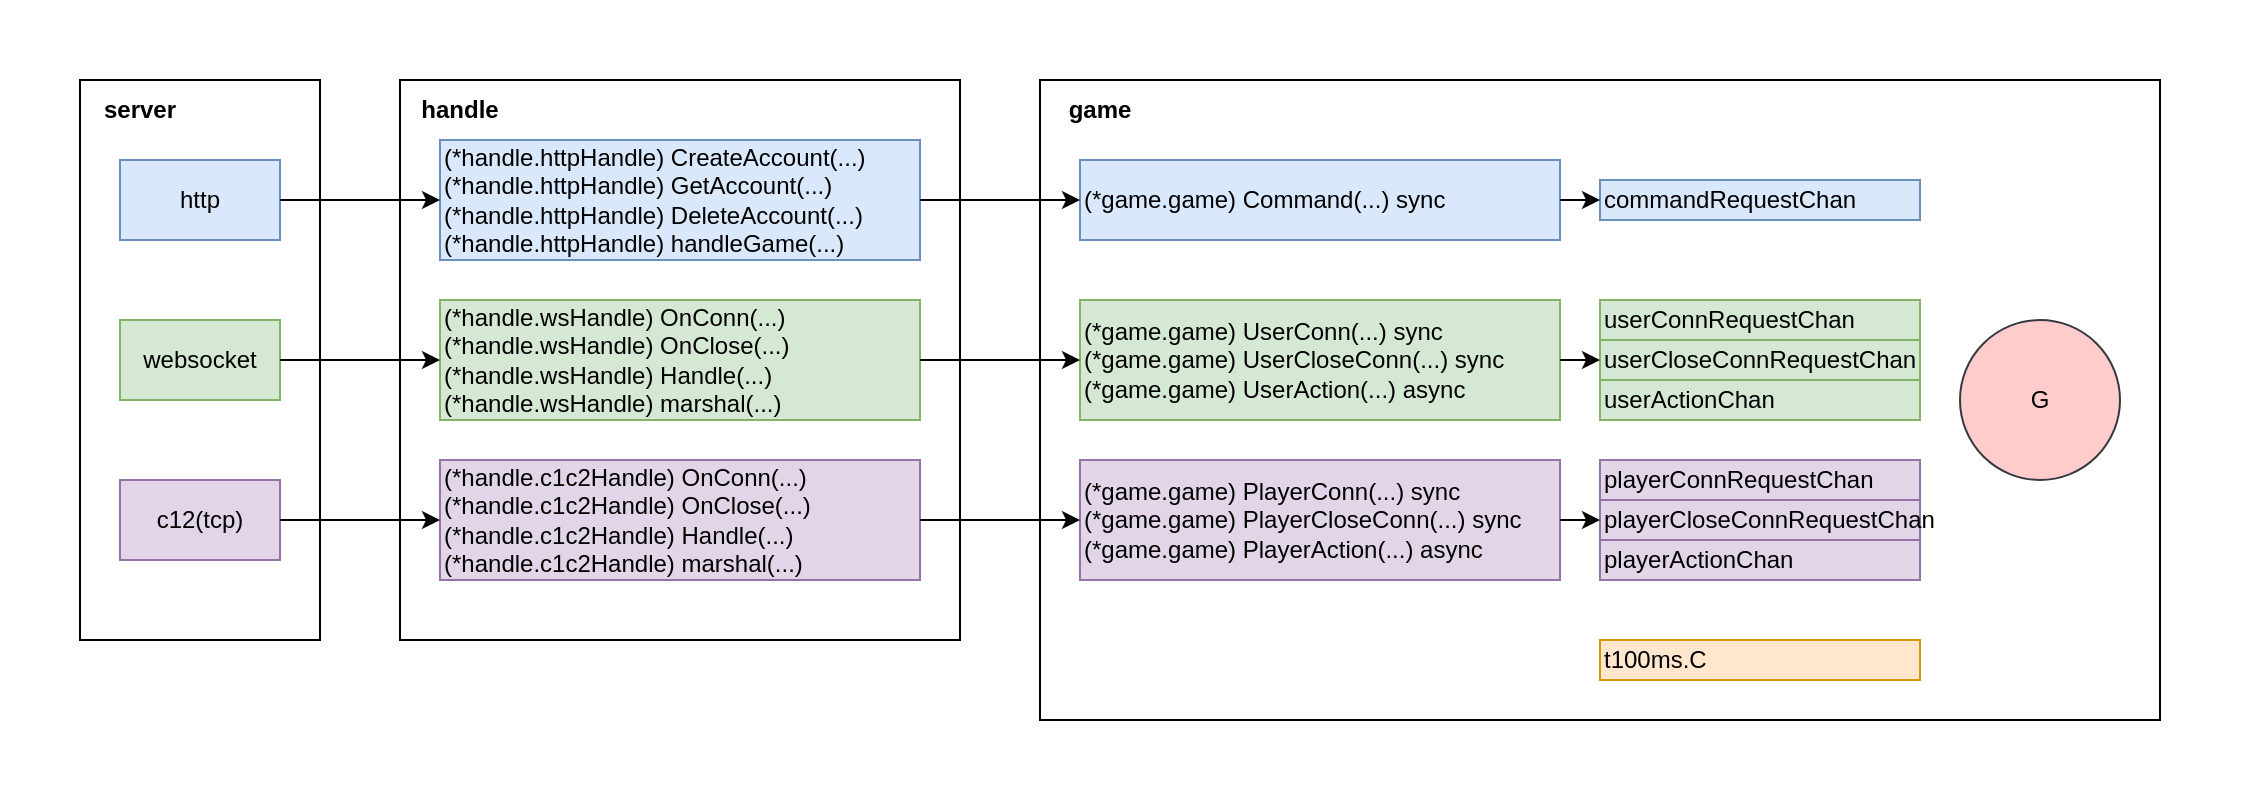
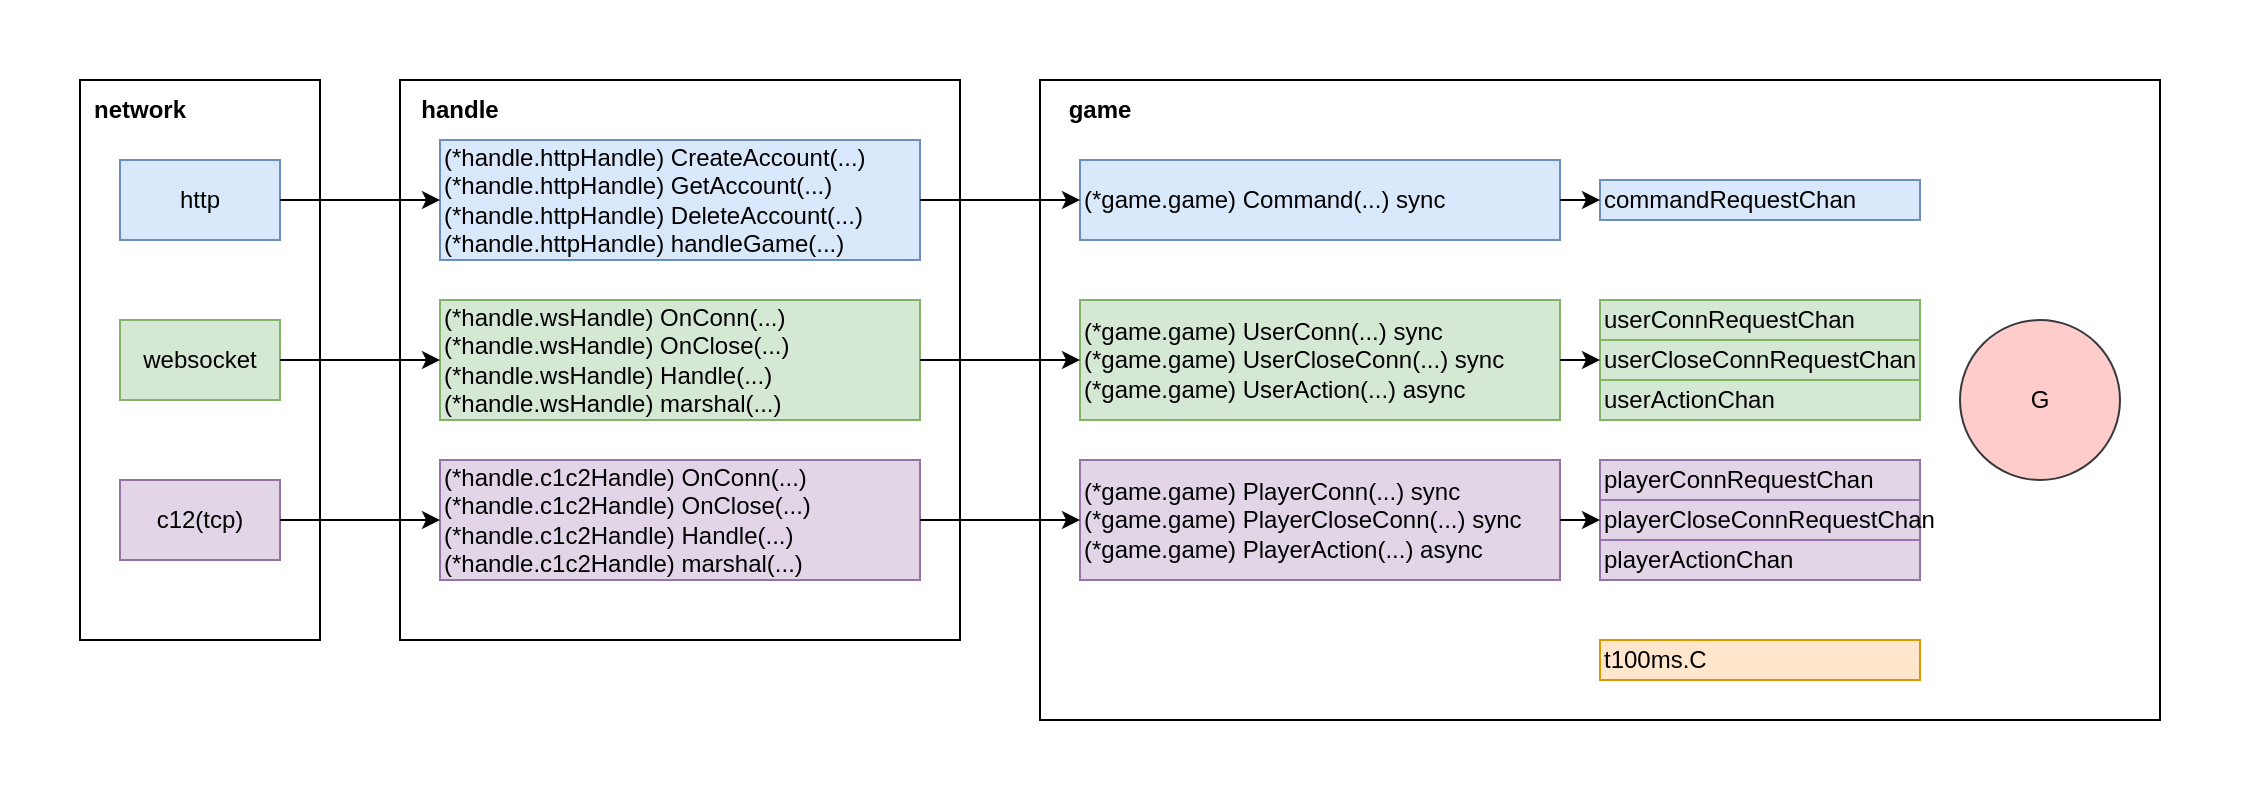
<mxfile host="app.diagrams.net" agent="Mozilla/5.0 (X11; Linux x86_64) AppleWebKit/537.36 (KHTML, like Gecko) Chrome/114.0.0.0 Safari/537.36">
  <diagram name="Page-1" id="6jKJ9kW5HnMQktypH7YM">
-     <mxGraphModel dx="1168" dy="746" grid="1" gridSize="10" guides="1" tooltips="1" connect="1" arrows="1" fold="1" page="1" pageScale="1" pageWidth="1169" pageHeight="827" math="0" shadow="0">
+     <mxGraphModel dx="1755" dy="789" grid="1" gridSize="10" guides="1" tooltips="1" connect="1" arrows="1" fold="1" page="1" pageScale="1" pageWidth="1169" pageHeight="827" math="0" shadow="0">
      <root>
        <mxCell id="0" />
        <mxCell id="1" parent="0" />
        <mxCell id="1GFjHBw0EiZksIkDQrPH-2" parent="1" style="rounded=0;whiteSpace=wrap;html=1;strokeColor=none;" value="" vertex="1">
          <mxGeometry height="400" width="1120" x="25" y="190" as="geometry" />
        </mxCell>
        <mxCell id="1GFjHBw0EiZksIkDQrPH-3" parent="1" style="rounded=0;whiteSpace=wrap;html=1;" value="" vertex="1">
          <mxGeometry height="320" width="560" x="545" y="230" as="geometry" />
        </mxCell>
        <mxCell id="1GFjHBw0EiZksIkDQrPH-4" parent="1" style="rounded=0;whiteSpace=wrap;html=1;" value="" vertex="1">
          <mxGeometry height="280" width="280" x="225" y="230" as="geometry" />
        </mxCell>
        <mxCell id="1GFjHBw0EiZksIkDQrPH-5" parent="1" style="rounded=0;whiteSpace=wrap;html=1;" value="" vertex="1">
          <mxGeometry height="280" width="120" x="65" y="230" as="geometry" />
        </mxCell>
        <mxCell id="1GFjHBw0EiZksIkDQrPH-6" parent="1" style="rounded=0;whiteSpace=wrap;html=1;fillColor=#dae8fc;strokeColor=#6c8ebf;" value="http" vertex="1">
          <mxGeometry height="40" width="80" x="85" y="270" as="geometry" />
        </mxCell>
        <mxCell id="1GFjHBw0EiZksIkDQrPH-7" parent="1" style="rounded=0;whiteSpace=wrap;html=1;fillColor=#d5e8d4;strokeColor=#82b366;" value="websocket" vertex="1">
          <mxGeometry height="40" width="80" x="85" y="350" as="geometry" />
        </mxCell>
        <mxCell id="1GFjHBw0EiZksIkDQrPH-8" parent="1" style="rounded=0;whiteSpace=wrap;html=1;fillColor=#e1d5e7;strokeColor=#9673a6;" value="c12(tcp)" vertex="1">
          <mxGeometry height="40" width="80" x="85" y="430" as="geometry" />
        </mxCell>
        <mxCell id="1GFjHBw0EiZksIkDQrPH-9" parent="1" style="rounded=0;whiteSpace=wrap;html=1;align=left;fillColor=#dae8fc;strokeColor=#6c8ebf;" value="(*handle.httpHandle) CreateAccount(...)&lt;div&gt;(*handle.httpHandle) GetAccount(...)&lt;/div&gt;&lt;div&gt;(*handle.httpHandle) DeleteAccount(...)&lt;/div&gt;&lt;div&gt;(*handle.httpHandle) handleGame(...)&lt;/div&gt;" vertex="1">
          <mxGeometry height="60" width="240" x="245" y="260" as="geometry" />
        </mxCell>
        <mxCell id="1GFjHBw0EiZksIkDQrPH-10" parent="1" style="rounded=0;whiteSpace=wrap;html=1;align=left;fillColor=#d5e8d4;strokeColor=#82b366;" value="&lt;div&gt;(*handle.wsHandle) OnConn(...)&lt;/div&gt;&lt;div&gt;(*handle.wsHandle) OnClose(...)&lt;/div&gt;&lt;div&gt;(*handle.wsHandle) Handle(...)&lt;/div&gt;&lt;div&gt;(*handle.wsHandle) marshal(...)&lt;/div&gt;" vertex="1">
          <mxGeometry height="60" width="240" x="245" y="340" as="geometry" />
        </mxCell>
        <mxCell id="1GFjHBw0EiZksIkDQrPH-11" parent="1" style="rounded=0;whiteSpace=wrap;html=1;align=left;fillColor=#e1d5e7;strokeColor=#9673a6;" value="&lt;div&gt;(*handle.c1c2Handle) OnConn(...)&lt;/div&gt;&lt;div&gt;&lt;div&gt;(*handle.c1c2Handle) OnClose(...)&lt;/div&gt;&lt;/div&gt;&lt;div&gt;(*handle.c1c2Handle) Handle(...)&lt;/div&gt;&lt;div&gt;&lt;div&gt;&lt;span style=&quot;background-color: transparent; color: light-dark(rgb(0, 0, 0), rgb(255, 255, 255));&quot;&gt;(*handle.c1c2Handle) marshal(...)&lt;/span&gt;&lt;/div&gt;&lt;/div&gt;" vertex="1">
          <mxGeometry height="60" width="240" x="245" y="420" as="geometry" />
        </mxCell>
-         <mxCell id="1GFjHBw0EiZksIkDQrPH-12" parent="1" style="text;html=1;whiteSpace=wrap;strokeColor=none;fillColor=none;align=center;verticalAlign=middle;rounded=0;fontStyle=1" value="server" vertex="1">
+         <mxCell id="1GFjHBw0EiZksIkDQrPH-12" parent="1" style="text;html=1;whiteSpace=wrap;strokeColor=none;fillColor=none;align=center;verticalAlign=middle;rounded=0;fontStyle=1" value="network" vertex="1">
          <mxGeometry height="30" width="60" x="65" y="230" as="geometry" />
        </mxCell>
        <mxCell id="1GFjHBw0EiZksIkDQrPH-13" parent="1" style="text;html=1;whiteSpace=wrap;strokeColor=none;fillColor=none;align=center;verticalAlign=middle;rounded=0;fontStyle=1" value="handle" vertex="1">
          <mxGeometry height="30" width="60" x="225" y="230" as="geometry" />
        </mxCell>
        <mxCell id="1GFjHBw0EiZksIkDQrPH-14" parent="1" style="rounded=0;whiteSpace=wrap;html=1;align=left;fillColor=#dae8fc;strokeColor=#6c8ebf;" value="(*game.game) Command(...) sync" vertex="1">
          <mxGeometry height="40" width="240" x="565" y="270" as="geometry" />
        </mxCell>
        <mxCell id="1GFjHBw0EiZksIkDQrPH-15" parent="1" style="rounded=0;whiteSpace=wrap;html=1;align=left;fillColor=#d5e8d4;strokeColor=#82b366;" value="(*game.game) UserConn(...) sync&lt;div&gt;(*game.game) UserCloseConn(...) sync&lt;/div&gt;&lt;div&gt;(*game.game) UserAction(...) async&lt;/div&gt;" vertex="1">
          <mxGeometry height="60" width="240" x="565" y="340" as="geometry" />
        </mxCell>
        <mxCell id="1GFjHBw0EiZksIkDQrPH-16" parent="1" style="rounded=0;whiteSpace=wrap;html=1;align=left;fillColor=#e1d5e7;strokeColor=#9673a6;" value="(*game.game) PlayerConn(...) sync&lt;div&gt;(*game.game) PlayerCloseConn(...) sync&lt;/div&gt;&lt;div&gt;(*game.game) PlayerAction(...) async&lt;/div&gt;" vertex="1">
          <mxGeometry height="60" width="240" x="565" y="420" as="geometry" />
        </mxCell>
        <mxCell id="1GFjHBw0EiZksIkDQrPH-17" parent="1" style="text;html=1;whiteSpace=wrap;strokeColor=none;fillColor=none;align=center;verticalAlign=middle;rounded=0;fontStyle=1" value="game" vertex="1">
          <mxGeometry height="30" width="60" x="545" y="230" as="geometry" />
        </mxCell>
        <mxCell id="1GFjHBw0EiZksIkDQrPH-18" parent="1" style="rounded=0;whiteSpace=wrap;html=1;align=left;fillColor=#dae8fc;strokeColor=#6c8ebf;" value="commandRequestChan" vertex="1">
          <mxGeometry height="20" width="160" x="825" y="280" as="geometry" />
        </mxCell>
        <mxCell id="1GFjHBw0EiZksIkDQrPH-19" parent="1" style="rounded=0;whiteSpace=wrap;html=1;align=left;fillColor=#d5e8d4;strokeColor=#82b366;" value="userConnRequestChan" vertex="1">
          <mxGeometry height="20" width="160" x="825" y="340" as="geometry" />
        </mxCell>
        <mxCell id="1GFjHBw0EiZksIkDQrPH-20" parent="1" style="rounded=0;whiteSpace=wrap;html=1;align=left;fillColor=#d5e8d4;strokeColor=#82b366;" value="userCloseConnRequestChan" vertex="1">
          <mxGeometry height="20" width="160" x="825" y="360" as="geometry" />
        </mxCell>
        <mxCell id="1GFjHBw0EiZksIkDQrPH-21" parent="1" style="rounded=0;whiteSpace=wrap;html=1;align=left;fillColor=#d5e8d4;strokeColor=#82b366;" value="userActionChan" vertex="1">
          <mxGeometry height="20" width="160" x="825" y="380" as="geometry" />
        </mxCell>
        <mxCell id="1GFjHBw0EiZksIkDQrPH-22" parent="1" style="rounded=0;whiteSpace=wrap;html=1;align=left;fillColor=#e1d5e7;strokeColor=#9673a6;" value="playerConnRequestChan" vertex="1">
          <mxGeometry height="20" width="160" x="825" y="420" as="geometry" />
        </mxCell>
        <mxCell id="1GFjHBw0EiZksIkDQrPH-23" parent="1" style="rounded=0;whiteSpace=wrap;html=1;align=left;fillColor=#e1d5e7;strokeColor=#9673a6;" value="playerCloseConnRequestChan" vertex="1">
          <mxGeometry height="20" width="160" x="825" y="440" as="geometry" />
        </mxCell>
        <mxCell id="1GFjHBw0EiZksIkDQrPH-24" parent="1" style="rounded=0;whiteSpace=wrap;html=1;align=left;fillColor=#e1d5e7;strokeColor=#9673a6;" value="playerActionChan" vertex="1">
          <mxGeometry height="20" width="160" x="825" y="460" as="geometry" />
        </mxCell>
        <mxCell id="1GFjHBw0EiZksIkDQrPH-25" parent="1" style="rounded=0;whiteSpace=wrap;html=1;align=left;fillColor=#ffe6cc;strokeColor=#d79b00;" value="t100ms.C" vertex="1">
          <mxGeometry height="20" width="160" x="825" y="510" as="geometry" />
        </mxCell>
        <mxCell id="1GFjHBw0EiZksIkDQrPH-26" parent="1" style="ellipse;whiteSpace=wrap;html=1;aspect=fixed;fillColor=#ffcccc;strokeColor=#36393d;" value="G" vertex="1">
          <mxGeometry height="80" width="80" x="1005" y="350" as="geometry" />
        </mxCell>
        <mxCell id="1GFjHBw0EiZksIkDQrPH-27" edge="1" parent="1" source="1GFjHBw0EiZksIkDQrPH-6" style="endArrow=classic;html=1;rounded=0;exitX=1;exitY=0.5;exitDx=0;exitDy=0;entryX=0;entryY=0.5;entryDx=0;entryDy=0;" target="1GFjHBw0EiZksIkDQrPH-9" value="">
          <mxGeometry height="50" relative="1" width="50" as="geometry">
            <mxPoint x="405" y="410" as="sourcePoint" />
            <mxPoint x="455" y="360" as="targetPoint" />
          </mxGeometry>
        </mxCell>
        <mxCell id="1GFjHBw0EiZksIkDQrPH-28" edge="1" parent="1" source="1GFjHBw0EiZksIkDQrPH-9" style="endArrow=classic;html=1;rounded=0;exitX=1;exitY=0.5;exitDx=0;exitDy=0;" target="1GFjHBw0EiZksIkDQrPH-14" value="">
          <mxGeometry height="50" relative="1" width="50" as="geometry">
            <mxPoint x="515" y="410" as="sourcePoint" />
            <mxPoint x="565" y="360" as="targetPoint" />
          </mxGeometry>
        </mxCell>
        <mxCell id="1GFjHBw0EiZksIkDQrPH-29" edge="1" parent="1" source="1GFjHBw0EiZksIkDQrPH-14" style="endArrow=classic;html=1;rounded=0;entryX=0;entryY=0.5;entryDx=0;entryDy=0;exitX=1;exitY=0.5;exitDx=0;exitDy=0;" target="1GFjHBw0EiZksIkDQrPH-18" value="">
          <mxGeometry height="50" relative="1" width="50" as="geometry">
            <mxPoint x="625" y="460" as="sourcePoint" />
            <mxPoint x="675" y="410" as="targetPoint" />
          </mxGeometry>
        </mxCell>
        <mxCell id="1GFjHBw0EiZksIkDQrPH-30" edge="1" parent="1" source="1GFjHBw0EiZksIkDQrPH-7" style="endArrow=classic;html=1;rounded=0;exitX=1;exitY=0.5;exitDx=0;exitDy=0;entryX=0;entryY=0.5;entryDx=0;entryDy=0;" target="1GFjHBw0EiZksIkDQrPH-10" value="">
          <mxGeometry height="50" relative="1" width="50" as="geometry">
            <mxPoint x="335" y="410" as="sourcePoint" />
            <mxPoint x="385" y="360" as="targetPoint" />
          </mxGeometry>
        </mxCell>
        <mxCell id="1GFjHBw0EiZksIkDQrPH-31" edge="1" parent="1" source="1GFjHBw0EiZksIkDQrPH-10" style="endArrow=classic;html=1;rounded=0;exitX=1;exitY=0.5;exitDx=0;exitDy=0;entryX=0;entryY=0.5;entryDx=0;entryDy=0;" target="1GFjHBw0EiZksIkDQrPH-15" value="">
          <mxGeometry height="50" relative="1" width="50" as="geometry">
            <mxPoint x="585" y="410" as="sourcePoint" />
            <mxPoint x="635" y="360" as="targetPoint" />
          </mxGeometry>
        </mxCell>
        <mxCell id="1GFjHBw0EiZksIkDQrPH-32" edge="1" parent="1" source="1GFjHBw0EiZksIkDQrPH-15" style="endArrow=classic;html=1;rounded=0;entryX=0;entryY=0.5;entryDx=0;entryDy=0;exitX=1;exitY=0.5;exitDx=0;exitDy=0;" target="1GFjHBw0EiZksIkDQrPH-20" value="">
          <mxGeometry height="50" relative="1" width="50" as="geometry">
            <mxPoint x="585" y="410" as="sourcePoint" />
            <mxPoint x="635" y="360" as="targetPoint" />
          </mxGeometry>
        </mxCell>
        <mxCell id="1GFjHBw0EiZksIkDQrPH-33" edge="1" parent="1" source="1GFjHBw0EiZksIkDQrPH-8" style="endArrow=classic;html=1;rounded=0;exitX=1;exitY=0.5;exitDx=0;exitDy=0;entryX=0;entryY=0.5;entryDx=0;entryDy=0;" target="1GFjHBw0EiZksIkDQrPH-11" value="">
          <mxGeometry height="50" relative="1" width="50" as="geometry">
            <mxPoint x="465" y="400" as="sourcePoint" />
            <mxPoint x="515" y="350" as="targetPoint" />
          </mxGeometry>
        </mxCell>
        <mxCell id="1GFjHBw0EiZksIkDQrPH-34" edge="1" parent="1" source="1GFjHBw0EiZksIkDQrPH-11" style="endArrow=classic;html=1;rounded=0;entryX=0;entryY=0.5;entryDx=0;entryDy=0;exitX=1;exitY=0.5;exitDx=0;exitDy=0;" target="1GFjHBw0EiZksIkDQrPH-16" value="">
          <mxGeometry height="50" relative="1" width="50" as="geometry">
            <mxPoint x="535" y="400" as="sourcePoint" />
            <mxPoint x="585" y="350" as="targetPoint" />
          </mxGeometry>
        </mxCell>
        <mxCell id="1GFjHBw0EiZksIkDQrPH-35" edge="1" parent="1" source="1GFjHBw0EiZksIkDQrPH-16" style="endArrow=classic;html=1;rounded=0;entryX=0;entryY=0.5;entryDx=0;entryDy=0;exitX=1;exitY=0.5;exitDx=0;exitDy=0;" target="1GFjHBw0EiZksIkDQrPH-23" value="">
          <mxGeometry height="50" relative="1" width="50" as="geometry">
            <mxPoint x="725" y="400" as="sourcePoint" />
            <mxPoint x="775" y="350" as="targetPoint" />
          </mxGeometry>
        </mxCell>
      </root>
    </mxGraphModel>
  </diagram>
</mxfile>
